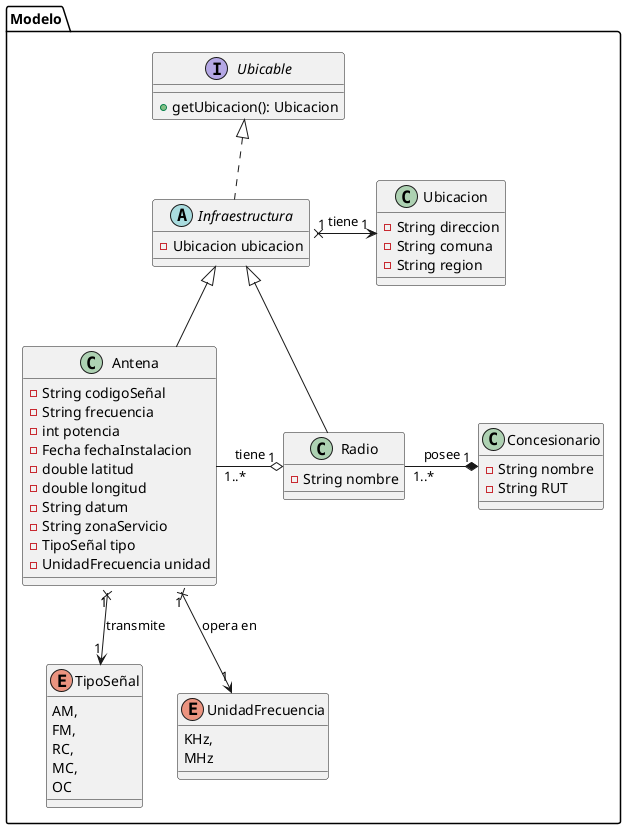
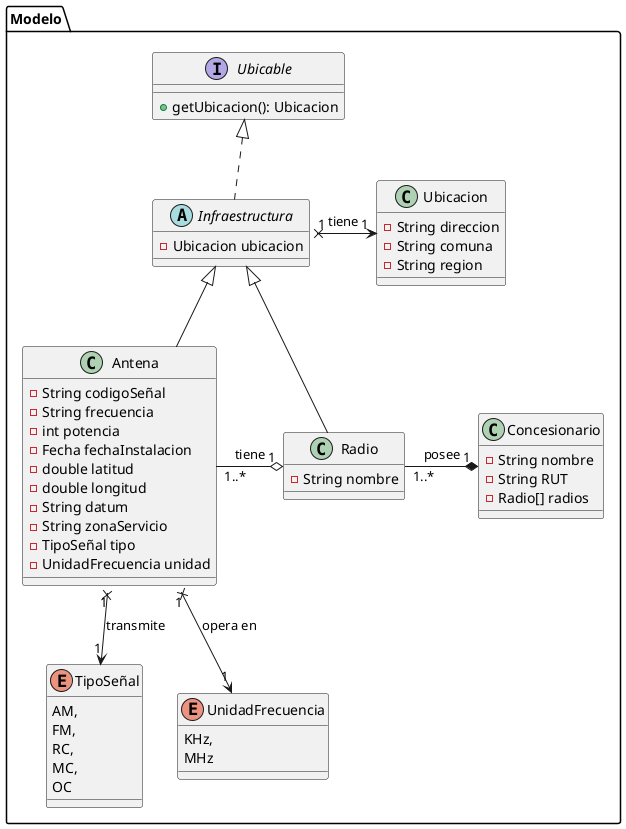
@startuml
package "Modelo" {
    together {
        interface Ubicable {
            + getUbicacion(): Ubicacion
        }

        class Ubicacion {
            - String direccion
            - String comuna
            - String region
        }

        abstract class Infraestructura implements Ubicable {
            - Ubicacion ubicacion
        }
    }

    class Antena extends Infraestructura {
        - String codigoSeñal
        - String frecuencia
        - int potencia
        - Fecha fechaInstalacion
        - double latitud
        - double longitud
        - String datum
        - String zonaServicio
        - TipoSeñal tipo
        - UnidadFrecuencia unidad
    }

    class Radio extends Infraestructura {
        - String nombre
    }

    class Concesionario {
        - String nombre
        - String RUT
+         - Radio[] radios
    }

    enum TipoSeñal {
        AM,
        FM,
        RC,
        MC,
        OC
    }

    enum UnidadFrecuencia {
        KHz,
        MHz
    }

    Concesionario "1" *-left- "1..*" Radio : posee
    Radio "1" o-left- "1..*" Antena : tiene
    Antena "1" x--> "1" TipoSeñal : transmite
    Antena "1" x--> "1" UnidadFrecuencia : opera en
    Infraestructura "1" x-right-> "1" Ubicacion : tiene



}
@enduml
